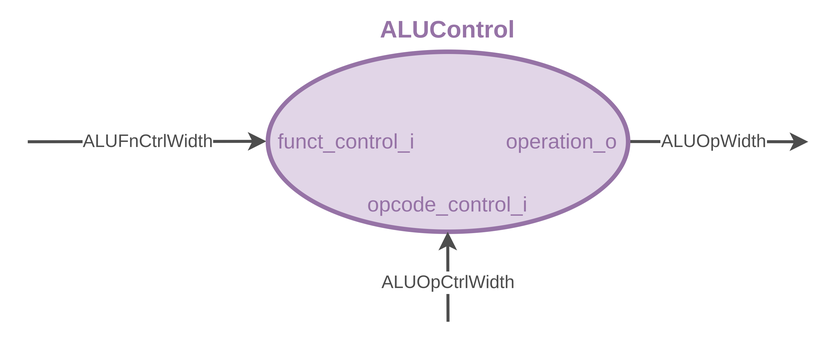
The draw.io diagram xmint/design/ALUControl.png in Dark-GreenCat/xmint, before a commit. Source tidied: cells renumbered, new cells last; positions are measured from the earlier drawing's top-left corner, leaving out a move shared by most shapes.
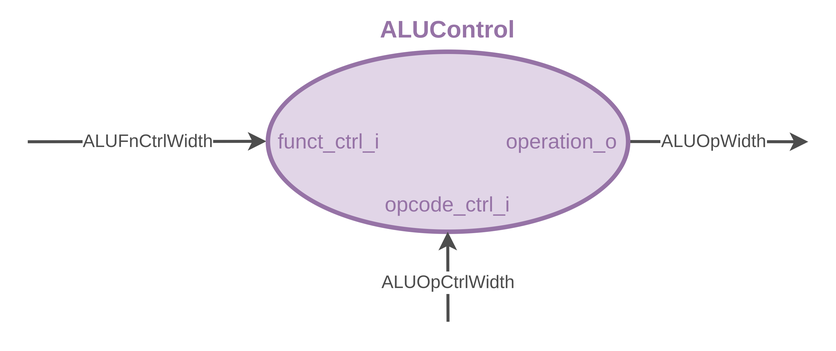
After the change.

Commit message:
[ADD] Add ALU Control to Datapath Full

The edit, as a diff of the source:
```diff
@@ -30,13 +30,13 @@
     <mxCell id="7" style="externalPins=0;shadow=0;dashed=0;align=center;html=1;strokeWidth=3;shape=mxgraph.rtl.abstract.entity;kind=combinational;drawPins=0;left=3;right=2;bottom=0;top=0;strokeColor=#9673a6;fontFamily=Helvetica;fontSize=12;fillColor=#e1d5e7;" parent="6" vertex="1">
       <mxGeometry y="20" width="240" height="120" as="geometry" />
     </mxCell>
-    <mxCell id="8" value="funct_control_i" style="text;html=1;strokeColor=none;fillColor=none;align=left;verticalAlign=middle;whiteSpace=wrap;rounded=0;fontSize=14;strokeWidth=3;fontFamily=Helvetica;fontColor=#9673A6;" parent="7" vertex="1">
+    <mxCell id="8" value="funct_ctrl_i" style="text;html=1;strokeColor=none;fillColor=none;align=left;verticalAlign=middle;whiteSpace=wrap;rounded=0;fontSize=14;strokeWidth=3;fontFamily=Helvetica;fontColor=#9673A6;" parent="7" vertex="1">
       <mxGeometry x="5" y="45" width="60" height="30" as="geometry" />
     </mxCell>
     <mxCell id="9" value="operation_o" style="text;html=1;strokeColor=none;fillColor=none;align=right;verticalAlign=middle;whiteSpace=wrap;rounded=0;fontSize=14;strokeWidth=3;fontFamily=Helvetica;fontColor=#9673A6;" parent="7" vertex="1">
       <mxGeometry x="175" y="45" width="60" height="30" as="geometry" />
     </mxCell>
-    <mxCell id="10" value="opcode_control_i" style="text;html=1;strokeColor=none;fillColor=none;align=center;verticalAlign=middle;whiteSpace=wrap;rounded=0;fontSize=14;strokeWidth=3;fontFamily=Helvetica;fontColor=#9673A6;" parent="7" vertex="1">
+    <mxCell id="10" value="opcode_ctrl_i" style="text;html=1;strokeColor=none;fillColor=none;align=center;verticalAlign=middle;whiteSpace=wrap;rounded=0;fontSize=14;strokeWidth=3;fontFamily=Helvetica;fontColor=#9673A6;" parent="7" vertex="1">
       <mxGeometry x="90" y="87" width="60" height="30" as="geometry" />
     </mxCell>
     <mxCell id="11" value="ALUControl" style="text;html=1;strokeColor=none;fillColor=none;align=center;verticalAlign=middle;whiteSpace=wrap;rounded=0;fontStyle=1;fontSize=16;fontColor=#9673A6;strokeWidth=3;fontFamily=Helvetica;" parent="6" vertex="1">
```
